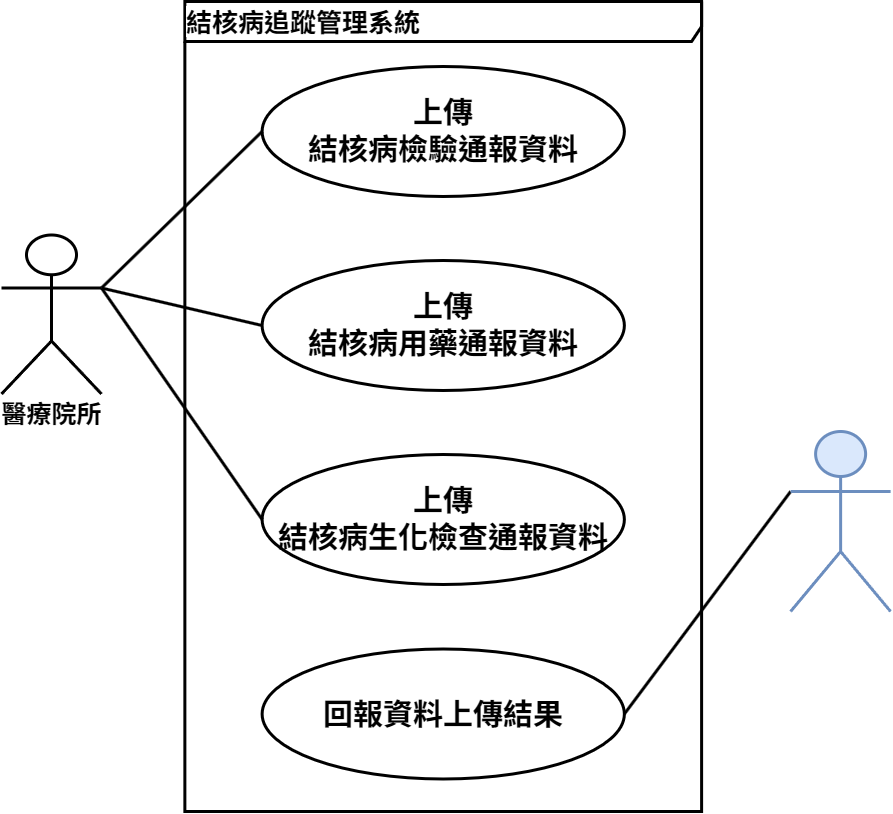
This is input/images/usecase.png from omnifhir/tb, a draw.io export, as it was before one commit. Source tidied: cells renumbered, new cells last; positions are measured from the earlier drawing's top-left corner, leaving out a move shared by most shapes. Its diagram source:
```xml
<mxGraphModel>
  <root>
    <mxCell id="0" />
    <mxCell id="1" parent="0" />
    <mxCell id="2" value="&lt;font style=&quot;&quot;&gt;&lt;font face=&quot;verdana&quot; style=&quot;text-align: center; background-color: rgb(255, 255, 255); font-size: 26px;&quot;&gt;&lt;b style=&quot;&quot;&gt;結核病追蹤管理系統&lt;/b&gt;&lt;/font&gt;&lt;/font&gt;" style="shape=umlFrame;whiteSpace=wrap;html=1;width=570;height=40;fontFamily=標楷體;align=left;verticalAlign=middle;strokeWidth=3;" parent="1" vertex="1">
      <mxGeometry x="183.4" width="516.7" height="810" as="geometry" />
    </mxCell>
    <mxCell id="3" value="&lt;font face=&quot;正黑體&quot;&gt;&lt;span style=&quot;font-size: 25px;&quot;&gt;&lt;b&gt;醫療院所&lt;/b&gt;&lt;/span&gt;&lt;/font&gt;&lt;span style=&quot;font-size: 25px&quot;&gt;&lt;br&gt;&lt;/span&gt;" style="shape=umlActor;verticalLabelPosition=bottom;verticalAlign=top;html=1;fontFamily=標楷體;strokeWidth=3;" parent="1" vertex="1">
      <mxGeometry y="233.5" width="100" height="159" as="geometry" />
    </mxCell>
    <mxCell id="4" value="&lt;b&gt;&lt;span style=&quot;font-size: 30px&quot;&gt;&lt;font face=&quot;正黑體&quot;&gt;上傳&lt;br&gt;&lt;/font&gt;&lt;/span&gt;&lt;font face=&quot;正黑體&quot;&gt;&lt;span style=&quot;font-size: 30px;&quot;&gt;結核病檢驗通報資料&lt;/span&gt;&lt;/font&gt;&lt;/b&gt;" style="ellipse;whiteSpace=wrap;html=1;fontSize=20;fontFamily=標楷體;align=center;verticalAlign=middle;strokeWidth=3;" parent="1" vertex="1">
      <mxGeometry x="260.6" y="65" width="362.2" height="130" as="geometry" />
    </mxCell>
    <mxCell id="5" style="endArrow=none;html=1;rounded=0;exitX=1;exitY=0.3333333333333333;exitDx=0;exitDy=0;exitPerimeter=0;entryX=0;entryY=0.5;entryDx=0;entryDy=0;endFill=0;strokeWidth=3;" parent="1" edge="1" source="3" target="4">
      <mxGeometry relative="1" as="geometry" />
    </mxCell>
    <mxCell id="6" style="endArrow=none;html=1;rounded=0;entryX=0;entryY=0.3333333333333333;entryDx=0;entryDy=0;endFill=0;entryPerimeter=0;exitX=1;exitY=0.5;exitDx=0;exitDy=0;strokeWidth=3;" parent="1" edge="1" source="8" target="7">
      <mxGeometry relative="1" as="geometry" />
    </mxCell>
    <mxCell id="7" style="shape=umlActor;verticalLabelPosition=bottom;verticalAlign=top;html=1;fontFamily=標楷體;fillColor=#dae8fc;strokeColor=#6c8ebf;strokeWidth=3;" parent="1" vertex="1">
      <mxGeometry x="789.1" y="430" width="100" height="180" as="geometry" />
    </mxCell>
    <mxCell id="8" value="&lt;font face=&quot;正黑體&quot;&gt;&lt;span style=&quot;font-size: 30px;&quot;&gt;&lt;b&gt;回報資料上傳結果&lt;/b&gt;&lt;/span&gt;&lt;/font&gt;" style="ellipse;whiteSpace=wrap;html=1;fontSize=20;fontFamily=標楷體;align=center;verticalAlign=middle;strokeWidth=3;" parent="1" vertex="1">
      <mxGeometry x="260.6" y="647.5" width="362.2" height="130" as="geometry" />
    </mxCell>
    <mxCell id="9" value="&lt;b&gt;&lt;span style=&quot;font-size: 30px&quot;&gt;&lt;font face=&quot;正黑體&quot;&gt;上傳&lt;br&gt;&lt;/font&gt;&lt;/span&gt;&lt;font face=&quot;正黑體&quot;&gt;&lt;span style=&quot;font-size: 30px;&quot;&gt;結核病用藥通報資料&lt;/span&gt;&lt;/font&gt;&lt;/b&gt;" style="ellipse;whiteSpace=wrap;html=1;fontSize=20;fontFamily=標楷體;align=center;verticalAlign=middle;strokeWidth=3;" parent="1" vertex="1">
      <mxGeometry x="260.6" y="259" width="362.2" height="130" as="geometry" />
    </mxCell>
    <mxCell id="10" value="&lt;b&gt;&lt;span style=&quot;font-size: 30px&quot;&gt;&lt;font face=&quot;正黑體&quot;&gt;上傳&lt;br&gt;&lt;/font&gt;&lt;/span&gt;&lt;font face=&quot;正黑體&quot;&gt;&lt;span style=&quot;font-size: 30px;&quot;&gt;結核病生化檢查通報資料&lt;/span&gt;&lt;/font&gt;&lt;/b&gt;" style="ellipse;whiteSpace=wrap;html=1;fontSize=20;fontFamily=標楷體;align=center;verticalAlign=middle;strokeWidth=3;" parent="1" vertex="1">
      <mxGeometry x="260.6" y="453" width="362.2" height="130" as="geometry" />
    </mxCell>
    <mxCell id="11" style="endArrow=none;html=1;rounded=0;exitX=1;exitY=0.3333333333333333;exitDx=0;exitDy=0;exitPerimeter=0;entryX=0;entryY=0.5;entryDx=0;entryDy=0;endFill=0;strokeWidth=3;" parent="1" edge="1" source="3" target="9">
      <mxGeometry relative="1" as="geometry" />
    </mxCell>
    <mxCell id="12" style="endArrow=none;html=1;rounded=0;exitX=1;exitY=0.3333333333333333;exitDx=0;exitDy=0;exitPerimeter=0;entryX=0;entryY=0.5;entryDx=0;entryDy=0;endFill=0;strokeWidth=3;" parent="1" edge="1" source="3" target="10">
      <mxGeometry relative="1" as="geometry" />
    </mxCell>
  </root>
</mxGraphModel>
```
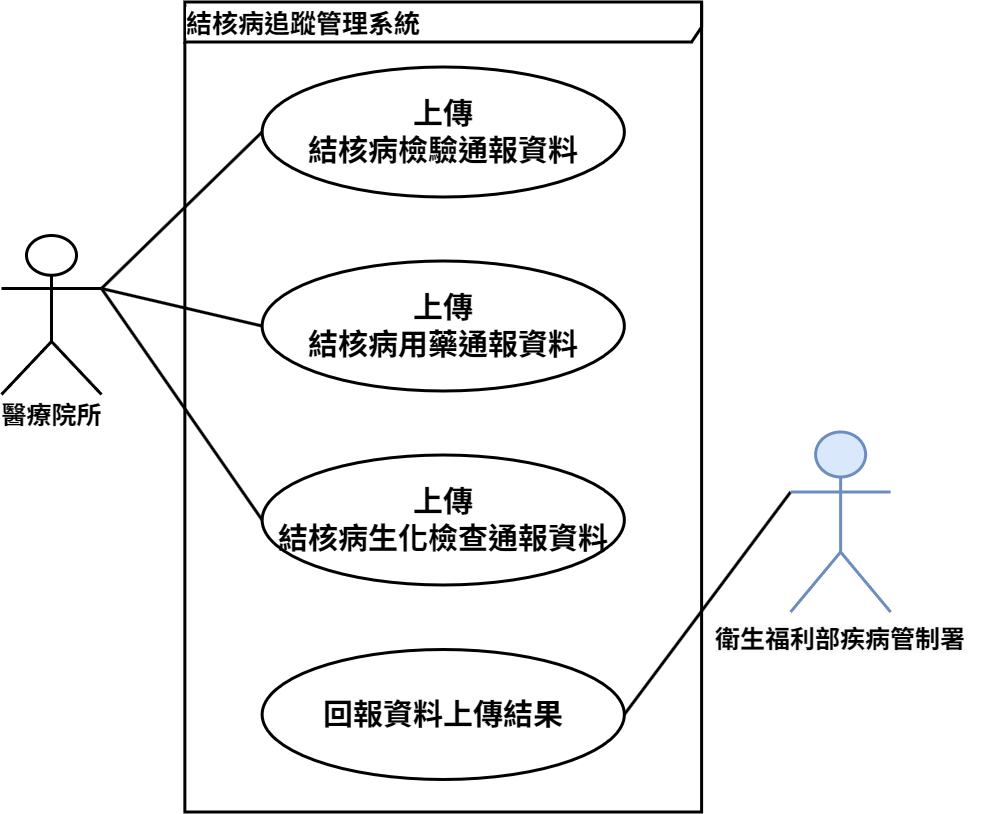
The same file after the commit.

Diff of the diagram source:
```diff
@@ -14,26 +14,32 @@
     <mxCell id="5" style="endArrow=none;html=1;rounded=0;exitX=1;exitY=0.3333333333333333;exitDx=0;exitDy=0;exitPerimeter=0;entryX=0;entryY=0.5;entryDx=0;entryDy=0;endFill=0;strokeWidth=3;" parent="1" edge="1" source="3" target="4">
       <mxGeometry relative="1" as="geometry" />
     </mxCell>
-    <mxCell id="6" style="endArrow=none;html=1;rounded=0;entryX=0;entryY=0.3333333333333333;entryDx=0;entryDy=0;endFill=0;entryPerimeter=0;exitX=1;exitY=0.5;exitDx=0;exitDy=0;strokeWidth=3;" parent="1" edge="1" source="8" target="7">
+    <mxCell id="6" style="endArrow=none;html=1;rounded=0;entryX=0;entryY=0.3333333333333333;entryDx=0;entryDy=0;endFill=0;entryPerimeter=0;exitX=1;exitY=0.5;exitDx=0;exitDy=0;strokeWidth=3;" parent="1" edge="1" source="10" target="8">
       <mxGeometry relative="1" as="geometry" />
     </mxCell>
-    <mxCell id="7" style="shape=umlActor;verticalLabelPosition=bottom;verticalAlign=top;html=1;fontFamily=標楷體;fillColor=#dae8fc;strokeColor=#6c8ebf;strokeWidth=3;" parent="1" vertex="1">
-      <mxGeometry x="789.1" y="430" width="100" height="180" as="geometry" />
+    <mxCell id="7" style="group;strokeWidth=3;" parent="1" vertex="1">
+      <mxGeometry x="677" y="430" width="324.2" height="235" as="geometry" />
     </mxCell>
-    <mxCell id="8" value="&lt;font face=&quot;正黑體&quot;&gt;&lt;span style=&quot;font-size: 30px;&quot;&gt;&lt;b&gt;回報資料上傳結果&lt;/b&gt;&lt;/span&gt;&lt;/font&gt;" style="ellipse;whiteSpace=wrap;html=1;fontSize=20;fontFamily=標楷體;align=center;verticalAlign=middle;strokeWidth=3;" parent="1" vertex="1">
-      <mxGeometry x="260.6" y="647.5" width="362.2" height="130" as="geometry" />
+    <mxCell id="8" style="shape=umlActor;verticalLabelPosition=bottom;verticalAlign=top;html=1;fontFamily=標楷體;fillColor=#dae8fc;strokeColor=#6c8ebf;strokeWidth=3;" parent="7" vertex="1">
+      <mxGeometry x="112.1" width="100" height="180" as="geometry" />
     </mxCell>
-    <mxCell id="9" value="&lt;b&gt;&lt;span style=&quot;font-size: 30px&quot;&gt;&lt;font face=&quot;正黑體&quot;&gt;上傳&lt;br&gt;&lt;/font&gt;&lt;/span&gt;&lt;font face=&quot;正黑體&quot;&gt;&lt;span style=&quot;font-size: 30px;&quot;&gt;結核病用藥通報資料&lt;/span&gt;&lt;/font&gt;&lt;/b&gt;" style="ellipse;whiteSpace=wrap;html=1;fontSize=20;fontFamily=標楷體;align=center;verticalAlign=middle;strokeWidth=3;" parent="1" vertex="1">
-      <mxGeometry x="260.6" y="259" width="362.2" height="130" as="geometry" />
+    <mxCell id="9" value="&lt;span style=&quot;color: rgb(0, 0, 0); font-size: 25px; font-style: normal; font-variant-ligatures: normal; font-variant-caps: normal; letter-spacing: normal; orphans: 2; text-indent: 0px; text-transform: none; widows: 2; word-spacing: 0px; -webkit-text-stroke-width: 0px; white-space: normal; background-color: rgb(251, 251, 251); text-decoration-thickness: initial; text-decoration-style: initial; text-decoration-color: initial; float: none; display: inline !important;&quot;&gt;&lt;font face=&quot;正黑體&quot; style=&quot;&quot;&gt;&lt;b&gt;衛生福利部疾病管制署&lt;/b&gt;&lt;/font&gt;&lt;/span&gt;" style="text;whiteSpace=wrap;html=1;fontSize=25;align=center;strokeWidth=3;" parent="7" vertex="1">
+      <mxGeometry y="185" width="324.2" height="50" as="geometry" />
     </mxCell>
-    <mxCell id="10" value="&lt;b&gt;&lt;span style=&quot;font-size: 30px&quot;&gt;&lt;font face=&quot;正黑體&quot;&gt;上傳&lt;br&gt;&lt;/font&gt;&lt;/span&gt;&lt;font face=&quot;正黑體&quot;&gt;&lt;span style=&quot;font-size: 30px;&quot;&gt;結核病生化檢查通報資料&lt;/span&gt;&lt;/font&gt;&lt;/b&gt;" style="ellipse;whiteSpace=wrap;html=1;fontSize=20;fontFamily=標楷體;align=center;verticalAlign=middle;strokeWidth=3;" parent="1" vertex="1">
-      <mxGeometry x="260.6" y="453" width="362.2" height="130" as="geometry" />
+    <mxCell id="10" value="&lt;font face=&quot;正黑體&quot;&gt;&lt;span style=&quot;font-size: 30px;&quot;&gt;&lt;b&gt;回報資料上傳結果&lt;/b&gt;&lt;/span&gt;&lt;/font&gt;" style="ellipse;whiteSpace=wrap;html=1;fontSize=20;fontFamily=標楷體;align=center;verticalAlign=middle;strokeWidth=3;" parent="1" vertex="1">
+      <mxGeometry x="260.6" y="647.5" width="362.2" height="130" as="geometry" />
     </mxCell>
-    <mxCell id="11" style="endArrow=none;html=1;rounded=0;exitX=1;exitY=0.3333333333333333;exitDx=0;exitDy=0;exitPerimeter=0;entryX=0;entryY=0.5;entryDx=0;entryDy=0;endFill=0;strokeWidth=3;" parent="1" edge="1" source="3" target="9">
-      <mxGeometry relative="1" as="geometry" />
+    <mxCell id="11" value="&lt;b&gt;&lt;span style=&quot;font-size: 30px&quot;&gt;&lt;font face=&quot;正黑體&quot;&gt;上傳&lt;br&gt;&lt;/font&gt;&lt;/span&gt;&lt;font face=&quot;正黑體&quot;&gt;&lt;span style=&quot;font-size: 30px;&quot;&gt;結核病用藥通報資料&lt;/span&gt;&lt;/font&gt;&lt;/b&gt;" style="ellipse;whiteSpace=wrap;html=1;fontSize=20;fontFamily=標楷體;align=center;verticalAlign=middle;strokeWidth=3;" parent="1" vertex="1">
+      <mxGeometry x="260.6" y="259" width="362.2" height="130" as="geometry" />
     </mxCell>
-    <mxCell id="12" style="endArrow=none;html=1;rounded=0;exitX=1;exitY=0.3333333333333333;exitDx=0;exitDy=0;exitPerimeter=0;entryX=0;entryY=0.5;entryDx=0;entryDy=0;endFill=0;strokeWidth=3;" parent="1" edge="1" source="3" target="10">
-      <mxGeometry relative="1" as="geometry" />
+    <mxCell id="12" value="&lt;b&gt;&lt;span style=&quot;font-size: 30px&quot;&gt;&lt;font face=&quot;正黑體&quot;&gt;上傳&lt;br&gt;&lt;/font&gt;&lt;/span&gt;&lt;font face=&quot;正黑體&quot;&gt;&lt;span style=&quot;font-size: 30px;&quot;&gt;結核病生化檢查通報資料&lt;/span&gt;&lt;/font&gt;&lt;/b&gt;" style="ellipse;whiteSpace=wrap;html=1;fontSize=20;fontFamily=標楷體;align=center;verticalAlign=middle;strokeWidth=3;" parent="1" vertex="1">
+      <mxGeometry x="260.6" y="453" width="362.2" height="130" as="geometry" />
     </mxCell>
+    <mxCell id="13" style="endArrow=none;html=1;rounded=0;exitX=1;exitY=0.3333333333333333;exitDx=0;exitDy=0;exitPerimeter=0;entryX=0;entryY=0.5;entryDx=0;entryDy=0;endFill=0;strokeWidth=3;" parent="1" edge="1" source="3" target="11">
+      <mxGeometry relative="1" as="geometry" />
+    </mxCell>
+    <mxCell id="14" style="endArrow=none;html=1;rounded=0;exitX=1;exitY=0.3333333333333333;exitDx=0;exitDy=0;exitPerimeter=0;entryX=0;entryY=0.5;entryDx=0;entryDy=0;endFill=0;strokeWidth=3;" parent="1" edge="1" source="3" target="12">
+      <mxGeometry relative="1" as="geometry" />
+    </mxCell>
   </root>
 </mxGraphModel>
```
